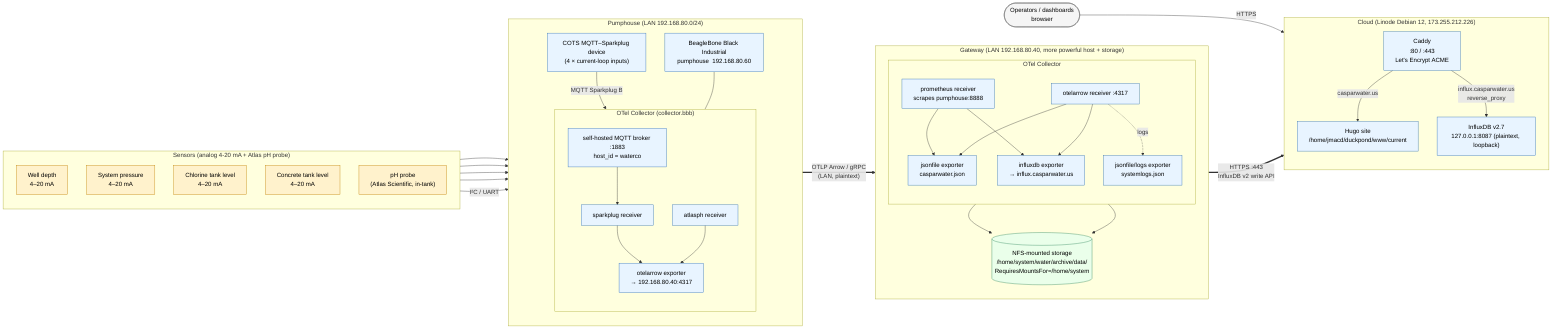
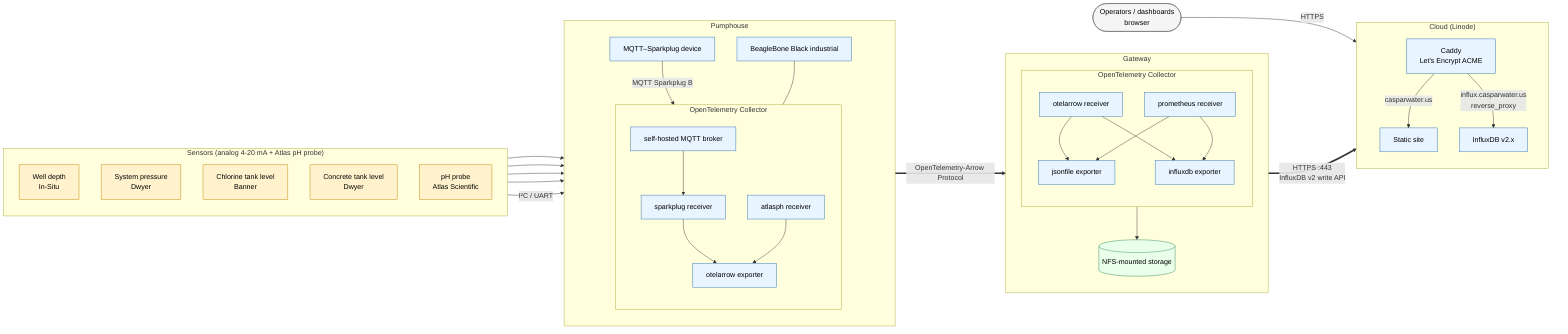
flowchart LR
  %% --- Sensors -------------------------------------------------------
  subgraph SENSORS["Sensors (analog 4-20 mA + Atlas pH probe)"]
    direction TB
-     S1["Well depth<br/>4–20 mA"]
-     S2["System pressure<br/>4–20 mA"]
-     S3["Chlorine tank level<br/>4–20 mA"]
-     S4["Concrete tank level<br/>4–20 mA"]
-     S5["pH probe<br/>(Atlas Scientific, in-tank)"]
+     S1["Well depth<br/>In-Situ"]
+     S2["System pressure<br/>Dwyer"]
+     S3["Chlorine tank level<br/>Banner"]
+     S4["Concrete tank level<br/>Dwyer"]
+     S5["pH probe<br/>Atlas Scientific"]
  end

  %% --- Pumphouse LAN ------------------------------------------------
-   subgraph PUMP["Pumphouse  (LAN 192.168.80.0/24)"]
+   subgraph PUMP["Pumphouse"]
    direction TB
-     COTS["COTS MQTT–Sparkplug device<br/>(4 × current-loop inputs)"]
-     BBB["BeagleBone Black Industrial<br/>pumphouse  192.168.80.60"]
+     COTS["MQTT–Sparkplug device"]
+     BBB["BeagleBone Black industrial"]

-     subgraph BBBCOL["OTel Collector (collector.bbb)"]
+     subgraph BBBCOL["OpenTelemetry Collector"]
      direction TB
-       MQTT["self-hosted MQTT broker :1883<br/>host_id = waterco"]
+       MQTT["self-hosted MQTT broker"]
      RX1["sparkplug receiver"]
      RX2["atlasph receiver"]
-       EX1["otelarrow exporter<br/>→ 192.168.80.40:4317"]
+       EX1["otelarrow exporter"]
      MQTT --> RX1
      RX1 --> EX1
      RX2 --> EX1
    end

    BBB --- BBBCOL
  end

  S1 & S2 & S3 & S4 --> COTS
  COTS -- "MQTT Sparkplug B" --> MQTT
  S5 -- "I²C / UART" --> RX2

  %% --- Gateway ------------------------------------------------------
-   subgraph GW["Gateway  (LAN 192.168.80.40, more powerful host + storage)"]
+   subgraph GW["Gateway"]
    direction TB
-     subgraph GWCOL["OTel Collector"]
+     subgraph GWCOL["OpenTelemetry Collector"]
      direction TB
-       GRX1["otelarrow receiver :4317"]
-       GRX2["prometheus receiver<br/>scrapes pumphouse:8888"]
-       GEX1["jsonfile exporter<br/>casparwater.json"]
-       GEX2["jsonfile/logs exporter<br/>systemlogs.json"]
-       GEX3["influxdb exporter<br/>→ influx.casparwater.us"]
+       GRX1["otelarrow receiver"]
+       GRX2["prometheus receiver"]
+       GEX1["jsonfile exporter"]
+       GEX2["influxdb exporter"]
      GRX1 --> GEX1
-       GRX1 --> GEX3
+       GRX1 --> GEX2
      GRX2 --> GEX1
-       GRX2 --> GEX3
-       GRX1 -. logs .-> GEX2
+       GRX2 --> GEX2
    end

-     NFS[("NFS-mounted storage<br/>/home/system/water/archive/data/<br/>RequiresMountsFor=/home/system")]
+     NFS[("NFS-mounted storage")]
    GEX1 --> NFS
-     GEX2 --> NFS
  end

-   EX1 == "OTLP Arrow / gRPC<br/>(LAN, plaintext)" ==> GRX1
+   EX1 == "OpenTelemetry-Arrow Protocol" ==> GRX1

  %% --- Internet boundary -------------------------------------------
-   GEX3 == "HTTPS :443<br/>InfluxDB v2 write API" ==> CADDY
+   GEX2 == "HTTPS :443<br/>InfluxDB v2 write API" ==> CADDY

  %% --- Cloud --------------------------------------------------------
-   subgraph CLOUD["Cloud  (Linode Debian 12, 173.255.212.226)"]
+   subgraph CLOUD["Cloud (Linode)"]
    direction TB
-     CADDY["Caddy<br/>:80 / :443<br/>Let's Encrypt ACME"]
-     INFLUX["InfluxDB v2.7<br/>127.0.0.1:8087 (plaintext, loopback)"]
-     HUGO["Hugo site<br/>/home/jmacd/duckpond/www/current"]
+     CADDY["Caddy<br/>Let's Encrypt ACME"]
+     INFLUX["InfluxDB v2.x"]
+     SSG["Static site"]

-     CADDY -- "casparwater.us" --> HUGO
+     CADDY -- "casparwater.us" --> SSG
    CADDY -- "influx.casparwater.us<br/>reverse_proxy" --> INFLUX
  end

  %% --- Operators ----------------------------------------------------
  OPS(["Operators / dashboards<br/>browser"])
  OPS -- "HTTPS" --> CADDY

  classDef sensor fill:#fff2cc,stroke:#c08000,color:#000
  classDef node   fill:#e8f4ff,stroke:#2b6cb0,color:#000
  classDef store  fill:#eaffea,stroke:#2f855a,color:#000
  classDef edge   fill:#f5f5f5,stroke:#666,color:#000
  class S1,S2,S3,S4,S5 sensor
-   class COTS,BBB,MQTT,RX1,RX2,EX1,GRX1,GRX2,GEX1,GEX2,GEX3,CADDY,INFLUX,HUGO node
+   class COTS,BBB,MQTT,RX1,RX2,EX1,GRX1,GRX2,GEX1,GEX2,CADDY,INFLUX,SSG node
  class NFS store
  class OPS edge
